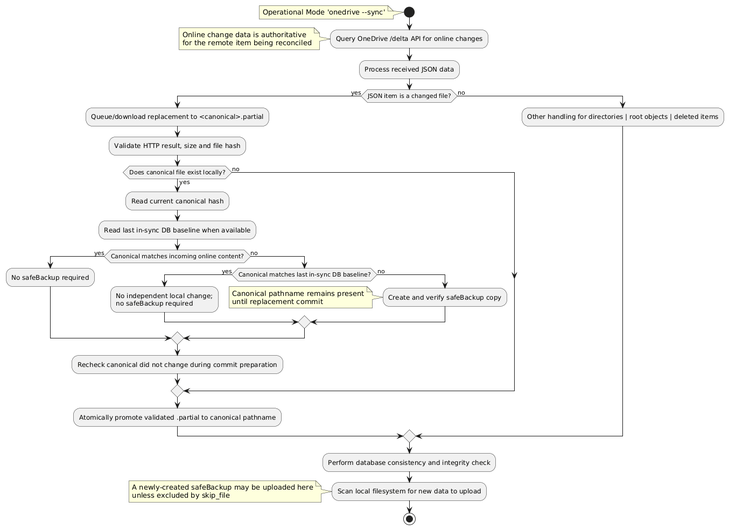
The PlantUML diagram docs/puml/conflict_handling_default.png in abraunegg/onedrive, before a commit.
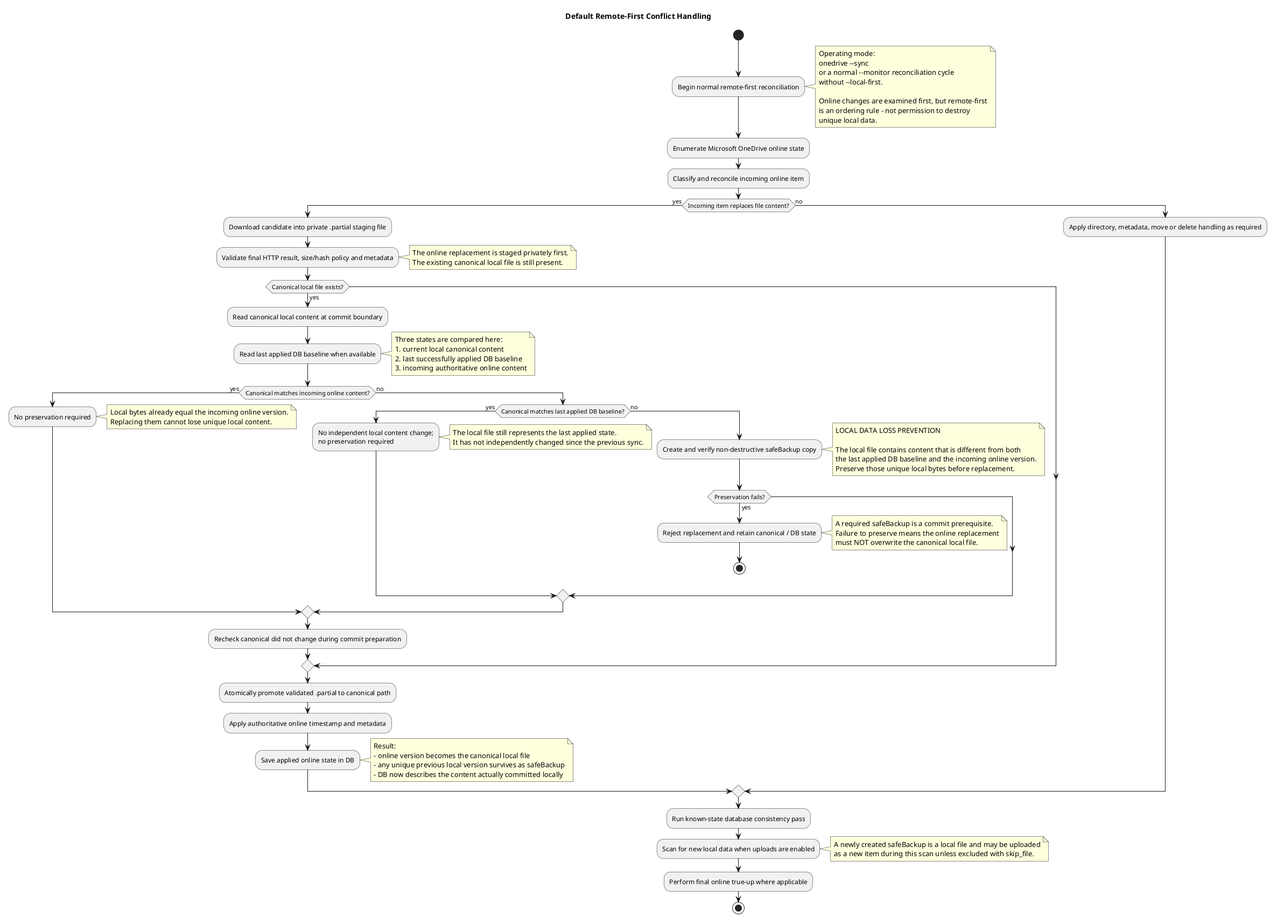
The same diagram one commit later.

Change to the diagram source:
```diff
@@ -1,34 +1,93 @@
 @startuml
+title Default Remote-First Conflict Handling
 start
-note left: Operational Mode 'onedrive --sync'
-:Query OneDrive /delta API for online changes;
-note left: Online change data is authoritative\nfor the remote item being reconciled
-:Process received JSON data;
-if (JSON item is a changed file?) then (yes)
-  :Queue/download replacement to <canonical>.partial;
-  :Validate HTTP result, size and file hash;
-  if (Does canonical file exist locally?) then (yes)
-    :Read current canonical hash;
-    :Read last in-sync DB baseline when available;
+
+:Begin normal remote-first reconciliation;
+note right
+  Operating mode:
+  onedrive ~--sync
+  or a normal ~--monitor reconciliation cycle
+  without ~--local-first.
+
+  Online changes are examined first, but remote-first
+  is an ordering rule - not permission to destroy
+  unique local data.
+end note
+
+:Enumerate Microsoft OneDrive online state;
+:Classify and reconcile incoming online item;
+if (Incoming item replaces file content?) then (yes)
+  :Download candidate into private .partial staging file;
+  :Validate final HTTP result, size/hash policy and metadata;
+  note right
+    The online replacement is staged privately first.
+    The existing canonical local file is still present.
+  end note
+
+  if (Canonical local file exists?) then (yes)
+    :Read canonical local content at commit boundary;
+    :Read last applied DB baseline when available;
+    note right
+      Three states are compared here:
+      1. current local canonical content
+      2. last successfully applied DB baseline
+      3. incoming authoritative online content
+    end note
     if (Canonical matches incoming online content?) then (yes)
-      :No safeBackup required;
+      :No preservation required;
+      note right
+        Local bytes already equal the incoming online version.
+        Replacing them cannot lose unique local content.
+      end note
     else (no)
-      if (Canonical matches last in-sync DB baseline?) then (yes)
-        :No independent local change;\nno safeBackup required;
+      if (Canonical matches last applied DB baseline?) then (yes)
+        :No independent local content change;\nno preservation required;
+        note right
+          The local file still represents the last applied state.
+          It has not independently changed since the previous sync.
+        end note
       else (no)
-        :Create and verify safeBackup copy;
-        note left: Canonical pathname remains present\nuntil replacement commit
+        :Create and verify non-destructive safeBackup copy;
+        note right
+          LOCAL DATA LOSS PREVENTION
+
+          The local file contains content that is different from both
+          the last applied DB baseline and the incoming online version.
+          Preserve those unique local bytes before replacement.
+        end note
+        if (Preservation fails?) then (yes)
+          :Reject replacement and retain canonical / DB state;
+          note right
+            A required safeBackup is a commit prerequisite.
+            Failure to preserve means the online replacement
+            must NOT overwrite the canonical local file.
+          end note
+          stop
+        endif
       endif
     endif
     :Recheck canonical did not change during commit preparation;
-  else (no)
   endif
-  :Atomically promote validated .partial to canonical pathname;
+
+  :Atomically promote validated .partial to canonical path;
+  :Apply authoritative online timestamp and metadata;
+  :Save applied online state in DB;
+  note right
+    Result:
+    - online version becomes the canonical local file
+    - any unique previous local version survives as safeBackup
+    - DB now describes the content actually committed locally
+  end note
 else (no)
-  :Other handling for directories | root objects | deleted items;
+  :Apply directory, metadata, move or delete handling as required;
 endif
-:Perform database consistency and integrity check;
-:Scan local filesystem for new data to upload;
-note left: A newly-created safeBackup may be uploaded here\nunless excluded by skip_file
+
+:Run known-state database consistency pass;
+:Scan for new local data when uploads are enabled;
+note right
+  A newly created safeBackup is a local file and may be uploaded
+  as a new item during this scan unless excluded with skip_file.
+end note
+:Perform final online true-up where applicable;
 stop
 @enduml
```
